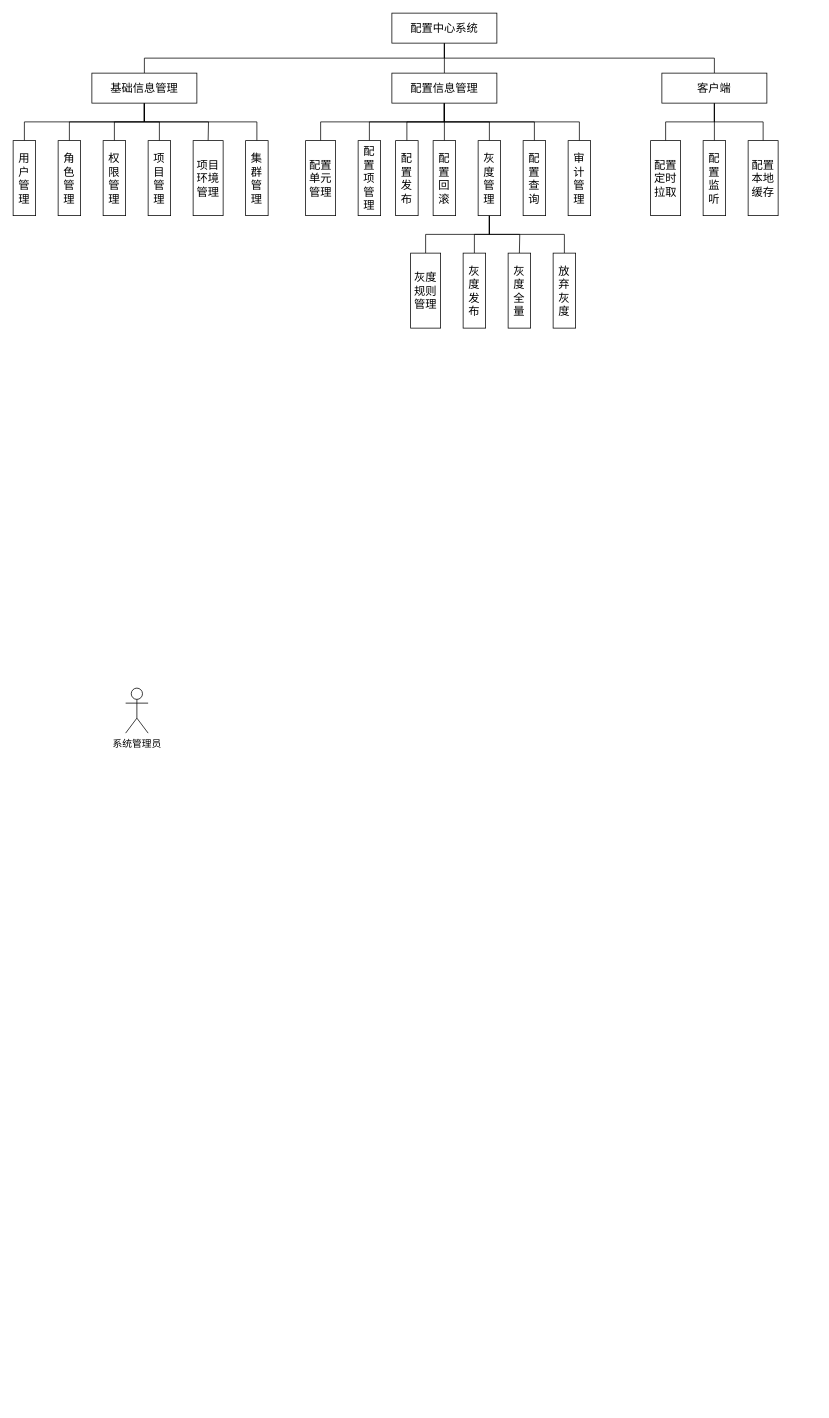
The draw.io diagram page "用例图" (10 of 12) of Untitled Diagram.drawio in WWj5921/ConfigCenter, before the edit. Source tidied: cells renumbered, new cells numbered last; positions are measured from the earlier drawing's top-left corner, leaving out a move shared by most shapes. Both pictures are drawn from the tidied source at 75%, with x=0, y=0 at pixel (13, 13).
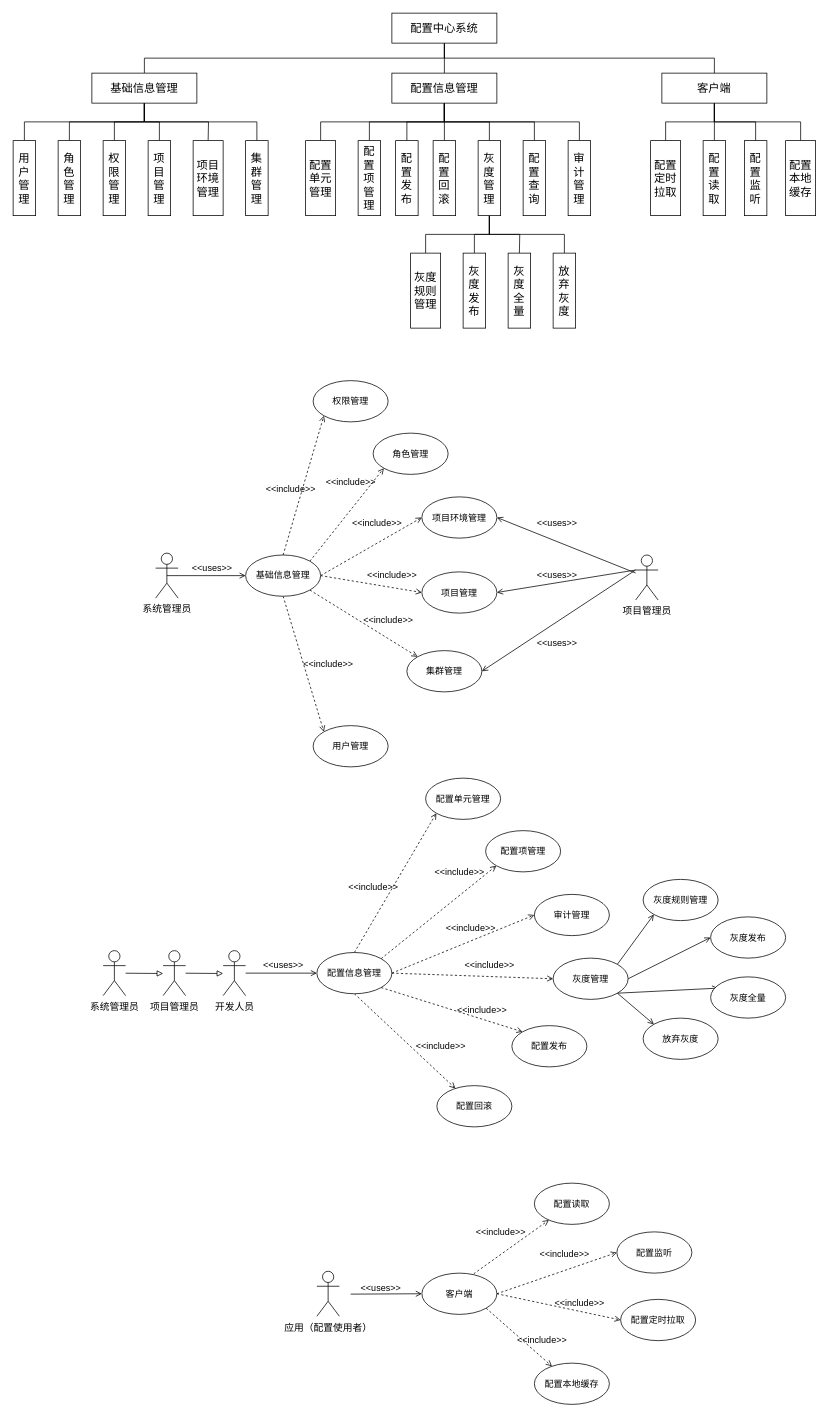
The same page after the edit.

Unchanged cells that the change refers to:
```xml
<mxCell id="10" value="客户端" style="rounded=0;whiteSpace=wrap;html=1;fontSize=15;fontColor=#000000;" parent="1" vertex="1">
  <mxGeometry x="865" y="80" width="140" height="40" as="geometry" />
</mxCell>
```

What changed in the source:
```diff
@@
+    <mxCell id="50" style="edgeStyle=orthogonalEdgeStyle;rounded=0;jettySize=auto;html=1;exitX=0.5;exitY=0.5;exitDx=0;exitDy=0;exitPerimeter=0;entryX=0;entryY=0.5;entryDx=0;entryDy=0;endArrow=open;endFill=0;" parent="1" edge="1" source="2" target="58">
+      <mxGeometry relative="1" as="geometry" />
+    </mxCell>
     <mxCell id="2" value="系统管理员" style="shape=umlActor;verticalLabelPosition=bottom;verticalAlign=top;html=1;fontSize=13;fontColor=#000000;" parent="1" vertex="1">
-      <mxGeometry x="150" y="900" width="30" height="60" as="geometry" />
+      <mxGeometry x="190" y="720" width="30" height="60" as="geometry" />
     </mxCell>
@@
-    <mxCell id="9" style="edgeStyle=orthogonalEdgeStyle;rounded=0;jettySize=auto;html=1;endArrow=none;endFill=0;" parent="1" edge="1" source="10" target="49">
+    <mxCell id="9" style="edgeStyle=orthogonalEdgeStyle;rounded=0;jettySize=auto;html=1;endArrow=none;endFill=0;exitX=0.5;exitY=1;exitDx=0;exitDy=0;" parent="1" edge="1" source="10" target="49">
       <mxGeometry relative="1" as="geometry" />
     </mxCell>
+    <mxCell id="51" style="edgeStyle=orthogonalEdgeStyle;rounded=0;jettySize=auto;html=1;exitX=0.5;exitY=1;exitDx=0;exitDy=0;entryX=0.5;entryY=0;entryDx=0;entryDy=0;endArrow=none;endFill=0;" parent="1" edge="1" source="10" target="121">
+      <mxGeometry relative="1" as="geometry" />
+    </mxCell>
@@
-    <mxCell id="48" value="配置监听" style="rounded=0;whiteSpace=wrap;html=1;fontSize=15;fontColor=#000000;" parent="1" vertex="1">
+    <mxCell id="48" value="配置读取" style="rounded=0;whiteSpace=wrap;html=1;fontSize=15;fontColor=#000000;" parent="1" vertex="1">
       <mxGeometry x="920" y="170" width="30" height="100" as="geometry" />
     </mxCell>
     <mxCell id="49" value="配置本地缓存" style="rounded=0;whiteSpace=wrap;html=1;fontSize=15;fontColor=#000000;" parent="1" vertex="1">
-      <mxGeometry x="980" y="170" width="40" height="100" as="geometry" />
+      <mxGeometry x="1030" y="170" width="40" height="100" as="geometry" />
     </mxCell>
+    <mxCell id="52" style="rounded=0;jettySize=auto;html=1;exitX=0.5;exitY=0;exitDx=0;exitDy=0;entryX=0;entryY=1;entryDx=0;entryDy=0;endArrow=open;endFill=0;dashed=1;" parent="1" edge="1" source="58" target="65">
+      <mxGeometry relative="1" as="geometry" />
+    </mxCell>
+    <mxCell id="53" style="edgeStyle=none;rounded=0;jettySize=auto;html=1;exitX=1;exitY=0;exitDx=0;exitDy=0;entryX=0;entryY=1;entryDx=0;entryDy=0;dashed=1;endArrow=open;endFill=0;" parent="1" edge="1" source="58" target="64">
+      <mxGeometry relative="1" as="geometry" />
+    </mxCell>
+    <mxCell id="54" style="edgeStyle=none;rounded=0;jettySize=auto;html=1;exitX=1;exitY=0.5;exitDx=0;exitDy=0;entryX=0;entryY=0.5;entryDx=0;entryDy=0;dashed=1;endArrow=open;endFill=0;" parent="1" edge="1" source="58" target="63">
+      <mxGeometry relative="1" as="geometry" />
+    </mxCell>
+    <mxCell id="55" style="edgeStyle=none;rounded=0;jettySize=auto;html=1;exitX=1;exitY=0.5;exitDx=0;exitDy=0;entryX=0;entryY=0.5;entryDx=0;entryDy=0;dashed=1;endArrow=open;endFill=0;" parent="1" edge="1" source="58" target="62">
+      <mxGeometry relative="1" as="geometry" />
+    </mxCell>
+    <mxCell id="56" style="edgeStyle=none;rounded=0;jettySize=auto;html=1;exitX=1;exitY=1;exitDx=0;exitDy=0;entryX=0;entryY=0;entryDx=0;entryDy=0;dashed=1;endArrow=open;endFill=0;" parent="1" edge="1" source="58" target="61">
+      <mxGeometry relative="1" as="geometry" />
+    </mxCell>
+    <mxCell id="57" style="edgeStyle=none;rounded=0;jettySize=auto;html=1;exitX=0.5;exitY=1;exitDx=0;exitDy=0;entryX=0;entryY=0;entryDx=0;entryDy=0;dashed=1;endArrow=open;endFill=0;" parent="1" edge="1" source="58" target="60">
+      <mxGeometry relative="1" as="geometry" />
+    </mxCell>
+    <mxCell id="58" value="基础信息管理" style="ellipse;whiteSpace=wrap;html=1;" parent="1" vertex="1">
+      <mxGeometry x="310" y="722.5" width="100" height="55" as="geometry" />
+    </mxCell>
+    <mxCell id="59" value="&amp;lt;&amp;lt;uses&amp;gt;&amp;gt;" style="text;html=1;align=center;verticalAlign=middle;strokeColor=none;fillColor=none;" parent="1" vertex="1">
+      <mxGeometry x="230" y="730" width="70" height="20" as="geometry" />
+    </mxCell>
+    <mxCell id="60" value="用户管理" style="ellipse;whiteSpace=wrap;html=1;" parent="1" vertex="1">
+      <mxGeometry x="400" y="950" width="100" height="55" as="geometry" />
+    </mxCell>
+    <mxCell id="61" value="集群管理" style="ellipse;whiteSpace=wrap;html=1;" parent="1" vertex="1">
+      <mxGeometry x="525" y="850" width="100" height="55" as="geometry" />
+    </mxCell>
+    <mxCell id="62" value="项目管理" style="ellipse;whiteSpace=wrap;html=1;" parent="1" vertex="1">
+      <mxGeometry x="545" y="745" width="100" height="55" as="geometry" />
+    </mxCell>
+    <mxCell id="63" value="项目环境管理" style="ellipse;whiteSpace=wrap;html=1;" parent="1" vertex="1">
+      <mxGeometry x="545" y="645" width="100" height="55" as="geometry" />
+    </mxCell>
+    <mxCell id="64" value="角色管理" style="ellipse;whiteSpace=wrap;html=1;" parent="1" vertex="1">
+      <mxGeometry x="480" y="560" width="100" height="55" as="geometry" />
+    </mxCell>
+    <mxCell id="65" value="权限管理" style="ellipse;whiteSpace=wrap;html=1;" parent="1" vertex="1">
+      <mxGeometry x="400" y="490" width="100" height="55" as="geometry" />
+    </mxCell>
+    <mxCell id="66" value="&amp;lt;&amp;lt;include&amp;gt;&amp;gt;" style="text;html=1;align=center;verticalAlign=middle;strokeColor=none;fillColor=none;" parent="1" vertex="1">
+      <mxGeometry x="330" y="625" width="80" height="20" as="geometry" />
+    </mxCell>
+    <mxCell id="67" value="&amp;lt;&amp;lt;include&amp;gt;&amp;gt;" style="text;html=1;align=center;verticalAlign=middle;strokeColor=none;fillColor=none;" parent="1" vertex="1">
+      <mxGeometry x="410" y="615" width="80" height="20" as="geometry" />
+    </mxCell>
+    <mxCell id="68" value="&amp;lt;&amp;lt;include&amp;gt;&amp;gt;" style="text;html=1;align=center;verticalAlign=middle;strokeColor=none;fillColor=none;" parent="1" vertex="1">
+      <mxGeometry x="445" y="670" width="80" height="20" as="geometry" />
+    </mxCell>
+    <mxCell id="69" value="&amp;lt;&amp;lt;include&amp;gt;&amp;gt;" style="text;html=1;align=center;verticalAlign=middle;strokeColor=none;fillColor=none;" parent="1" vertex="1">
+      <mxGeometry x="465" y="740" width="80" height="20" as="geometry" />
+    </mxCell>
+    <mxCell id="70" value="&amp;lt;&amp;lt;include&amp;gt;&amp;gt;" style="text;html=1;align=center;verticalAlign=middle;strokeColor=none;fillColor=none;" parent="1" vertex="1">
+      <mxGeometry x="460" y="800" width="80" height="20" as="geometry" />
+    </mxCell>
+    <mxCell id="71" value="&amp;lt;&amp;lt;include&amp;gt;&amp;gt;" style="text;html=1;align=center;verticalAlign=middle;strokeColor=none;fillColor=none;" parent="1" vertex="1">
+      <mxGeometry x="380" y="857.5" width="80" height="20" as="geometry" />
+    </mxCell>
+    <mxCell id="72" style="edgeStyle=none;rounded=0;jettySize=auto;html=1;entryX=0;entryY=0.5;entryDx=0;entryDy=0;endArrow=open;endFill=0;" parent="1" edge="1" source="73" target="91">
+      <mxGeometry relative="1" as="geometry" />
+    </mxCell>
+    <mxCell id="73" value="开发人员" style="shape=umlActor;verticalLabelPosition=bottom;verticalAlign=top;html=1;fontSize=13;fontColor=#000000;" parent="1" vertex="1">
+      <mxGeometry x="280" y="1250" width="30" height="60" as="geometry" />
+    </mxCell>
+    <mxCell id="74" style="edgeStyle=none;rounded=0;jettySize=auto;html=1;endArrow=block;endFill=0;" parent="1" edge="1" source="75">
+      <mxGeometry relative="1" as="geometry">
+        <mxPoint x="280" y="1280.5" as="targetPoint" />
+      </mxGeometry>
+    </mxCell>
+    <mxCell id="75" value="项目管理员" style="shape=umlActor;verticalLabelPosition=bottom;verticalAlign=top;html=1;fontSize=13;fontColor=#000000;" parent="1" vertex="1">
+      <mxGeometry x="200" y="1250" width="30" height="60" as="geometry" />
+    </mxCell>
+    <mxCell id="76" style="edgeStyle=none;rounded=0;jettySize=auto;html=1;endArrow=block;endFill=0;" parent="1" edge="1" source="77">
+      <mxGeometry relative="1" as="geometry">
+        <mxPoint x="200" y="1280.5" as="targetPoint" />
+      </mxGeometry>
+    </mxCell>
+    <mxCell id="77" value="系统管理员" style="shape=umlActor;verticalLabelPosition=bottom;verticalAlign=top;html=1;fontSize=13;fontColor=#000000;" parent="1" vertex="1">
+      <mxGeometry x="120" y="1250" width="30" height="60" as="geometry" />
+    </mxCell>
+    <mxCell id="78" style="edgeStyle=none;rounded=0;jettySize=auto;html=1;entryX=1;entryY=0.5;entryDx=0;entryDy=0;endArrow=open;endFill=0;" parent="1" edge="1" source="81" target="63">
+      <mxGeometry relative="1" as="geometry" />
+    </mxCell>
+    <mxCell id="79" style="edgeStyle=none;rounded=0;jettySize=auto;html=1;exitX=0;exitY=0.3333333333333333;exitDx=0;exitDy=0;exitPerimeter=0;entryX=1;entryY=0.5;entryDx=0;entryDy=0;endArrow=open;endFill=0;" parent="1" edge="1" source="81" target="61">
+      <mxGeometry relative="1" as="geometry" />
+    </mxCell>
+    <mxCell id="80" style="edgeStyle=none;rounded=0;jettySize=auto;html=1;exitX=0;exitY=0.3333333333333333;exitDx=0;exitDy=0;exitPerimeter=0;entryX=1;entryY=0.5;entryDx=0;entryDy=0;endArrow=open;endFill=0;" parent="1" edge="1" source="81" target="62">
+      <mxGeometry relative="1" as="geometry" />
+    </mxCell>
+    <mxCell id="81" value="项目管理员" style="shape=umlActor;verticalLabelPosition=bottom;verticalAlign=top;html=1;fontSize=13;fontColor=#000000;" parent="1" vertex="1">
+      <mxGeometry x="830" y="722.5" width="30" height="60" as="geometry" />
+    </mxCell>
+    <mxCell id="82" value="&amp;lt;&amp;lt;uses&amp;gt;&amp;gt;" style="text;html=1;align=center;verticalAlign=middle;strokeColor=none;fillColor=none;" parent="1" vertex="1">
+      <mxGeometry x="690" y="830" width="70" height="20" as="geometry" />
+    </mxCell>
+    <mxCell id="83" value="&amp;lt;&amp;lt;uses&amp;gt;&amp;gt;" style="text;html=1;align=center;verticalAlign=middle;strokeColor=none;fillColor=none;" parent="1" vertex="1">
+      <mxGeometry x="690" y="740" width="70" height="20" as="geometry" />
+    </mxCell>
+    <mxCell id="84" value="&amp;lt;&amp;lt;uses&amp;gt;&amp;gt;" style="text;html=1;align=center;verticalAlign=middle;strokeColor=none;fillColor=none;" parent="1" vertex="1">
+      <mxGeometry x="690" y="670" width="70" height="20" as="geometry" />
+    </mxCell>
+    <mxCell id="85" style="rounded=0;jettySize=auto;html=1;exitX=0.5;exitY=0;exitDx=0;exitDy=0;entryX=0;entryY=1;entryDx=0;entryDy=0;endArrow=open;endFill=0;dashed=1;" parent="1" edge="1" source="91" target="100">
+      <mxGeometry relative="1" as="geometry" />
+    </mxCell>
+    <mxCell id="86" style="edgeStyle=none;rounded=0;jettySize=auto;html=1;exitX=1;exitY=0;exitDx=0;exitDy=0;entryX=0;entryY=1;entryDx=0;entryDy=0;dashed=1;endArrow=open;endFill=0;" parent="1" edge="1" source="91" target="99">
+      <mxGeometry relative="1" as="geometry" />
+    </mxCell>
+    <mxCell id="87" style="edgeStyle=none;rounded=0;jettySize=auto;html=1;exitX=1;exitY=0.5;exitDx=0;exitDy=0;entryX=0;entryY=0.5;entryDx=0;entryDy=0;dashed=1;endArrow=open;endFill=0;" parent="1" edge="1" source="91" target="98">
+      <mxGeometry relative="1" as="geometry" />
+    </mxCell>
+    <mxCell id="88" style="edgeStyle=none;rounded=0;jettySize=auto;html=1;exitX=1;exitY=0.5;exitDx=0;exitDy=0;entryX=0;entryY=0.5;entryDx=0;entryDy=0;dashed=1;endArrow=open;endFill=0;" parent="1" edge="1" source="91" target="97">
+      <mxGeometry relative="1" as="geometry" />
+    </mxCell>
+    <mxCell id="89" style="edgeStyle=none;rounded=0;jettySize=auto;html=1;exitX=1;exitY=1;exitDx=0;exitDy=0;entryX=0;entryY=0;entryDx=0;entryDy=0;dashed=1;endArrow=open;endFill=0;" parent="1" edge="1" source="91" target="92">
+      <mxGeometry relative="1" as="geometry" />
+    </mxCell>
+    <mxCell id="90" style="edgeStyle=none;rounded=0;jettySize=auto;html=1;exitX=0.5;exitY=1;exitDx=0;exitDy=0;dashed=1;endArrow=open;endFill=0;" parent="1" edge="1" source="91" target="108">
+      <mxGeometry relative="1" as="geometry" />
+    </mxCell>
+    <mxCell id="91" value="配置信息管理" style="ellipse;whiteSpace=wrap;html=1;" parent="1" vertex="1">
+      <mxGeometry x="405" y="1252.5" width="100" height="55" as="geometry" />
+    </mxCell>
+    <mxCell id="92" value="配置发布" style="ellipse;whiteSpace=wrap;html=1;" parent="1" vertex="1">
+      <mxGeometry x="665" y="1350" width="100" height="55" as="geometry" />
+    </mxCell>
+    <mxCell id="93" style="edgeStyle=none;rounded=0;jettySize=auto;html=1;exitX=1;exitY=0;exitDx=0;exitDy=0;entryX=0;entryY=1;entryDx=0;entryDy=0;endArrow=open;endFill=0;" parent="1" edge="1" source="97" target="111">
+      <mxGeometry relative="1" as="geometry" />
+    </mxCell>
+    <mxCell id="94" style="edgeStyle=none;rounded=0;jettySize=auto;html=1;exitX=1;exitY=0.5;exitDx=0;exitDy=0;entryX=0;entryY=0.5;entryDx=0;entryDy=0;endArrow=open;endFill=0;" parent="1" edge="1" source="97" target="109">
+      <mxGeometry relative="1" as="geometry" />
+    </mxCell>
+    <mxCell id="95" style="edgeStyle=none;rounded=0;jettySize=auto;html=1;exitX=1;exitY=1;exitDx=0;exitDy=0;entryX=0.1;entryY=0.273;entryDx=0;entryDy=0;entryPerimeter=0;endArrow=open;endFill=0;" parent="1" edge="1" source="97" target="112">
+      <mxGeometry relative="1" as="geometry" />
+    </mxCell>
+    <mxCell id="96" style="edgeStyle=none;rounded=0;jettySize=auto;html=1;exitX=1;exitY=1;exitDx=0;exitDy=0;entryX=0;entryY=0;entryDx=0;entryDy=0;endArrow=open;endFill=0;" parent="1" edge="1" source="97" target="110">
+      <mxGeometry relative="1" as="geometry" />
+    </mxCell>
+    <mxCell id="97" value="灰度管理" style="ellipse;whiteSpace=wrap;html=1;" parent="1" vertex="1">
+      <mxGeometry x="720" y="1260" width="100" height="55" as="geometry" />
+    </mxCell>
+    <mxCell id="98" value="审计管理" style="ellipse;whiteSpace=wrap;html=1;" parent="1" vertex="1">
+      <mxGeometry x="695" y="1175" width="100" height="55" as="geometry" />
+    </mxCell>
+    <mxCell id="99" value="配置项管理" style="ellipse;whiteSpace=wrap;html=1;" parent="1" vertex="1">
+      <mxGeometry x="630" y="1090" width="100" height="55" as="geometry" />
+    </mxCell>
+    <mxCell id="100" value="配置单元管理" style="ellipse;whiteSpace=wrap;html=1;" parent="1" vertex="1">
+      <mxGeometry x="550" y="1020" width="100" height="55" as="geometry" />
+    </mxCell>
+    <mxCell id="101" value="&amp;lt;&amp;lt;include&amp;gt;&amp;gt;" style="text;html=1;align=center;verticalAlign=middle;strokeColor=none;fillColor=none;" parent="1" vertex="1">
+      <mxGeometry x="440" y="1155" width="80" height="20" as="geometry" />
+    </mxCell>
+    <mxCell id="102" value="&amp;lt;&amp;lt;include&amp;gt;&amp;gt;" style="text;html=1;align=center;verticalAlign=middle;strokeColor=none;fillColor=none;" parent="1" vertex="1">
+      <mxGeometry x="555" y="1135" width="80" height="20" as="geometry" />
+    </mxCell>
+    <mxCell id="103" value="&amp;lt;&amp;lt;include&amp;gt;&amp;gt;" style="text;html=1;align=center;verticalAlign=middle;strokeColor=none;fillColor=none;" parent="1" vertex="1">
+      <mxGeometry x="570" y="1210" width="80" height="20" as="geometry" />
+    </mxCell>
+    <mxCell id="104" value="&amp;lt;&amp;lt;include&amp;gt;&amp;gt;" style="text;html=1;align=center;verticalAlign=middle;strokeColor=none;fillColor=none;" parent="1" vertex="1">
+      <mxGeometry x="595" y="1260" width="80" height="20" as="geometry" />
+    </mxCell>
+    <mxCell id="105" value="&amp;lt;&amp;lt;include&amp;gt;&amp;gt;" style="text;html=1;align=center;verticalAlign=middle;strokeColor=none;fillColor=none;" parent="1" vertex="1">
+      <mxGeometry x="585" y="1320" width="80" height="20" as="geometry" />
+    </mxCell>
+    <mxCell id="106" value="&amp;lt;&amp;lt;include&amp;gt;&amp;gt;" style="text;html=1;align=center;verticalAlign=middle;strokeColor=none;fillColor=none;" parent="1" vertex="1">
+      <mxGeometry x="530" y="1367.5" width="80" height="20" as="geometry" />
+    </mxCell>
+    <mxCell id="107" value="&amp;lt;&amp;lt;uses&amp;gt;&amp;gt;" style="text;html=1;align=center;verticalAlign=middle;strokeColor=none;fillColor=none;" parent="1" vertex="1">
+      <mxGeometry x="325" y="1260" width="70" height="20" as="geometry" />
+    </mxCell>
+    <mxCell id="108" value="配置回滚" style="ellipse;whiteSpace=wrap;html=1;" parent="1" vertex="1">
+      <mxGeometry x="565" y="1430" width="100" height="55" as="geometry" />
+    </mxCell>
+    <mxCell id="109" value="灰度发布" style="ellipse;whiteSpace=wrap;html=1;" parent="1" vertex="1">
+      <mxGeometry x="930" y="1205" width="100" height="55" as="geometry" />
+    </mxCell>
+    <mxCell id="110" value="放弃灰度" style="ellipse;whiteSpace=wrap;html=1;" parent="1" vertex="1">
+      <mxGeometry x="840" y="1340" width="100" height="55" as="geometry" />
+    </mxCell>
+    <mxCell id="111" value="灰度规则管理" style="ellipse;whiteSpace=wrap;html=1;" parent="1" vertex="1">
+      <mxGeometry x="840" y="1155" width="100" height="55" as="geometry" />
+    </mxCell>
+    <mxCell id="112" value="灰度全量" style="ellipse;whiteSpace=wrap;html=1;" parent="1" vertex="1">
+      <mxGeometry x="930" y="1285" width="100" height="55" as="geometry" />
+    </mxCell>
+    <mxCell id="113" style="edgeStyle=none;rounded=0;jettySize=auto;html=1;endArrow=open;endFill=0;" parent="1" edge="1" target="119">
+      <mxGeometry relative="1" as="geometry">
+        <mxPoint x="450" y="1708" as="sourcePoint" />
+      </mxGeometry>
+    </mxCell>
+    <mxCell id="114" value="应用（配置使用者）" style="shape=umlActor;verticalLabelPosition=bottom;verticalAlign=top;html=1;fontSize=13;fontColor=#000000;" parent="1" vertex="1">
+      <mxGeometry x="405" y="1677.5" width="30" height="60" as="geometry" />
+    </mxCell>
+    <mxCell id="115" style="rounded=0;jettySize=auto;html=1;exitX=0.69;exitY=0.018;exitDx=0;exitDy=0;endArrow=open;endFill=0;dashed=1;exitPerimeter=0;" parent="1" edge="1" source="119" target="122">
+      <mxGeometry relative="1" as="geometry" />
+    </mxCell>
+    <mxCell id="116" style="edgeStyle=none;rounded=0;jettySize=auto;html=1;exitX=1;exitY=0.5;exitDx=0;exitDy=0;entryX=0;entryY=0.5;entryDx=0;entryDy=0;dashed=1;endArrow=open;endFill=0;" parent="1" edge="1" source="119" target="123">
+      <mxGeometry relative="1" as="geometry" />
+    </mxCell>
+    <mxCell id="117" style="edgeStyle=none;rounded=0;jettySize=auto;html=1;exitX=1;exitY=0.5;exitDx=0;exitDy=0;entryX=0;entryY=0.5;entryDx=0;entryDy=0;dashed=1;endArrow=open;endFill=0;" parent="1" edge="1" source="119" target="124">
+      <mxGeometry relative="1" as="geometry" />
+    </mxCell>
+    <mxCell id="118" style="edgeStyle=none;rounded=0;jettySize=auto;html=1;exitX=1;exitY=1;exitDx=0;exitDy=0;dashed=1;endArrow=open;endFill=0;" parent="1" edge="1" source="119" target="125">
+      <mxGeometry relative="1" as="geometry" />
+    </mxCell>
+    <mxCell id="119" value="客户端" style="ellipse;whiteSpace=wrap;html=1;" parent="1" vertex="1">
+      <mxGeometry x="545" y="1680" width="100" height="55" as="geometry" />
+    </mxCell>
+    <mxCell id="120" value="&amp;lt;&amp;lt;uses&amp;gt;&amp;gt;" style="text;html=1;align=center;verticalAlign=middle;strokeColor=none;fillColor=none;" parent="1" vertex="1">
+      <mxGeometry x="455" y="1690" width="70" height="20" as="geometry" />
+    </mxCell>
+    <mxCell id="121" value="配置监听" style="rounded=0;whiteSpace=wrap;html=1;fontSize=15;fontColor=#000000;" parent="1" vertex="1">
+      <mxGeometry x="975" y="170" width="30" height="100" as="geometry" />
+    </mxCell>
+    <mxCell id="122" value="配置读取" style="ellipse;whiteSpace=wrap;html=1;" parent="1" vertex="1">
+      <mxGeometry x="695" y="1560" width="100" height="55" as="geometry" />
+    </mxCell>
+    <mxCell id="123" value="配置监听" style="ellipse;whiteSpace=wrap;html=1;" parent="1" vertex="1">
+      <mxGeometry x="805" y="1625" width="100" height="55" as="geometry" />
+    </mxCell>
+    <mxCell id="124" value="配置定时拉取" style="ellipse;whiteSpace=wrap;html=1;" parent="1" vertex="1">
+      <mxGeometry x="810" y="1715" width="100" height="55" as="geometry" />
+    </mxCell>
+    <mxCell id="125" value="配置本地缓存" style="ellipse;whiteSpace=wrap;html=1;" parent="1" vertex="1">
+      <mxGeometry x="695" y="1800" width="100" height="55" as="geometry" />
+    </mxCell>
+    <mxCell id="126" value="&amp;lt;&amp;lt;include&amp;gt;&amp;gt;" style="text;html=1;align=center;verticalAlign=middle;strokeColor=none;fillColor=none;" parent="1" vertex="1">
+      <mxGeometry x="610" y="1615" width="80" height="20" as="geometry" />
+    </mxCell>
+    <mxCell id="127" value="&amp;lt;&amp;lt;include&amp;gt;&amp;gt;" style="text;html=1;align=center;verticalAlign=middle;strokeColor=none;fillColor=none;" parent="1" vertex="1">
+      <mxGeometry x="715" y="1710" width="80" height="20" as="geometry" />
+    </mxCell>
+    <mxCell id="128" value="&amp;lt;&amp;lt;include&amp;gt;&amp;gt;" style="text;html=1;align=center;verticalAlign=middle;strokeColor=none;fillColor=none;" parent="1" vertex="1">
+      <mxGeometry x="695" y="1645" width="80" height="20" as="geometry" />
+    </mxCell>
+    <mxCell id="129" value="&amp;lt;&amp;lt;include&amp;gt;&amp;gt;" style="text;html=1;align=center;verticalAlign=middle;strokeColor=none;fillColor=none;" parent="1" vertex="1">
+      <mxGeometry x="665" y="1760" width="80" height="20" as="geometry" />
+    </mxCell>
```
